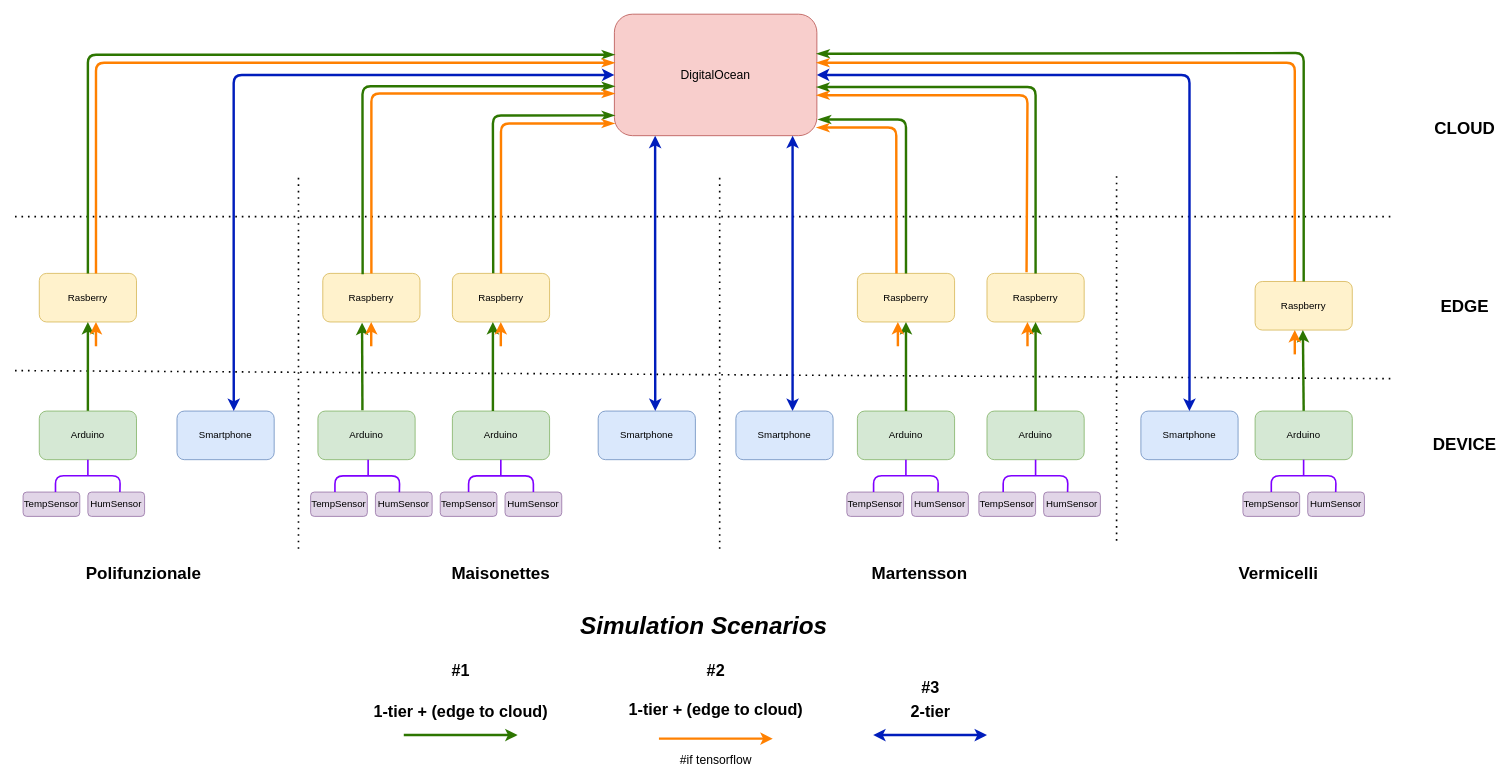
The draw.io diagram Sim_scenarios.drawio in CompEngIoT-UnicalStudentsOrg/SB-Simulation, before the edit. Source tidied: cells renumbered, new cells numbered last; positions are measured from the earlier drawing's top-left corner, leaving out a move shared by most shapes. Both pictures are drawn from the tidied source at 81%, with x=0, y=0 at pixel (15, 14).
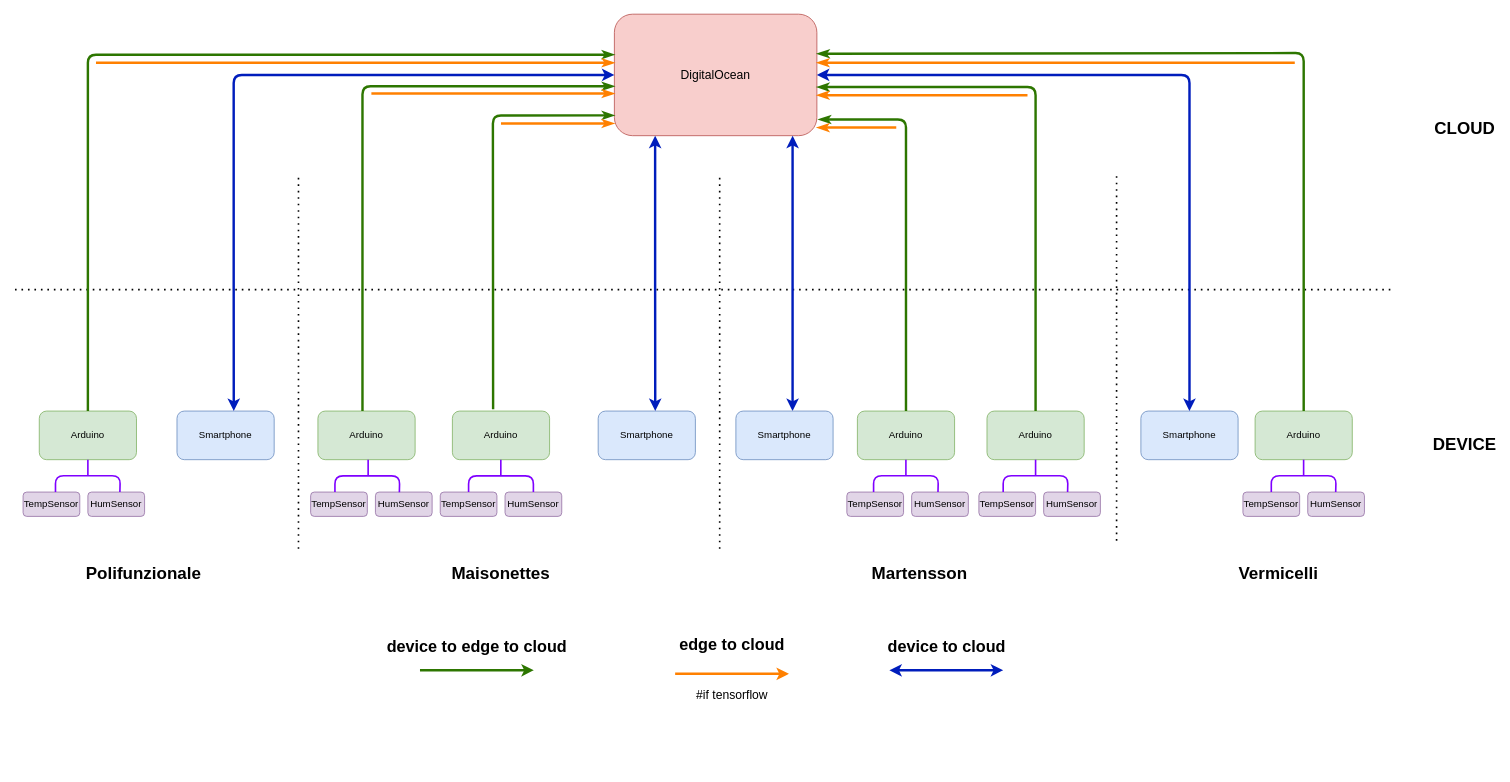
The same diagram, later.

Unchanged cells that the change refers to:
```xml
<mxCell id="2" value="&lt;font style=&quot;font-size: 15px&quot;&gt;DigitalOcean&lt;/font&gt;" style="rounded=1;whiteSpace=wrap;html=1;fillColor=#f8cecc;strokeColor=#b85450;" parent="1" vertex="1">
  <mxGeometry x="740" width="250" height="150" as="geometry" />
</mxCell>
<mxCell id="6" value="Arduino" style="rounded=1;whiteSpace=wrap;html=1;fillColor=#d5e8d4;strokeColor=#82b366;" parent="1" vertex="1">
  <mxGeometry x="374" y="490" width="120" height="60" as="geometry" />
</mxCell>
<mxCell id="7" value="Arduino" style="rounded=1;whiteSpace=wrap;html=1;fillColor=#d5e8d4;strokeColor=#82b366;" parent="1" vertex="1">
  <mxGeometry x="1040" y="490" width="120" height="60" as="geometry" />
</mxCell>
<mxCell id="16" value="Arduino" style="rounded=1;whiteSpace=wrap;html=1;fillColor=#d5e8d4;strokeColor=#82b366;" parent="1" vertex="1">
  <mxGeometry x="1531" y="490" width="120" height="60" as="geometry" />
</mxCell>
<mxCell id="26" value="Arduino" style="rounded=1;whiteSpace=wrap;html=1;fillColor=#d5e8d4;strokeColor=#82b366;" parent="1" vertex="1">
  <mxGeometry x="1200" y="490" width="120" height="60" as="geometry" />
</mxCell>
<mxCell id="28" value="Arduino" style="rounded=1;whiteSpace=wrap;html=1;fillColor=#d5e8d4;strokeColor=#82b366;" parent="1" vertex="1">
  <mxGeometry x="540" y="490" width="120" height="60" as="geometry" />
</mxCell>
<mxCell id="33" value="Arduino" style="rounded=1;whiteSpace=wrap;html=1;fillColor=#d5e8d4;strokeColor=#82b366;" parent="1" vertex="1">
  <mxGeometry x="30" y="490" width="120" height="60" as="geometry" />
</mxCell>
```

Change to the diagram source:
```diff
@@
-    <mxCell id="3" value="Raspberry" style="rounded=1;whiteSpace=wrap;html=1;fillColor=#fff2cc;strokeColor=#d6b656;" parent="1" vertex="1">
-      <mxGeometry x="380" y="320" width="120" height="60" as="geometry" />
-    </mxCell>
-    <mxCell id="4" value="Raspberry" style="rounded=1;whiteSpace=wrap;html=1;fillColor=#fff2cc;strokeColor=#d6b656;" parent="1" vertex="1">
-      <mxGeometry x="1531" y="330" width="120" height="60" as="geometry" />
-    </mxCell>
-    <mxCell id="5" value="Raspberry" style="rounded=1;whiteSpace=wrap;html=1;fillColor=#fff2cc;strokeColor=#d6b656;" parent="1" vertex="1">
-      <mxGeometry x="1040" y="320" width="120" height="60" as="geometry" />
-    </mxCell>
@@
-    <mxCell id="9" style="endArrow=classic;html=1;strokeColor=#2D7600;strokeWidth=3;fillColor=#60a917;entryX=0.404;entryY=1.014;entryDx=0;entryDy=0;entryPerimeter=0;exitX=0.458;exitY=-0.017;exitDx=0;exitDy=0;exitPerimeter=0;" parent="1" edge="1" source="6" target="3">
-      <mxGeometry relative="1" as="geometry" />
-    </mxCell>
-    <mxCell id="10" style="endArrow=classic;html=1;strokeColor=#2D7600;strokeWidth=3;exitX=0.5;exitY=0;exitDx=0;exitDy=0;fillColor=#60a917;" parent="1" edge="1" source="7" target="5">
-      <mxGeometry relative="1" as="geometry" />
-    </mxCell>
-    <mxCell id="11" style="endArrow=classic;html=1;exitX=0.5;exitY=0;exitDx=0;exitDy=0;strokeColor=#2D7600;strokeWidth=3;fillColor=#60a917;" parent="1" edge="1" source="16">
-      <mxGeometry relative="1" as="geometry">
-        <mxPoint x="1590" y="390" as="targetPoint" />
-      </mxGeometry>
-    </mxCell>
-    <mxCell id="12" style="endArrow=none;dashed=1;html=1;dashPattern=1 3;strokeWidth=2;" parent="1" edge="1">
-      <mxGeometry relative="1" as="geometry">
-        <mxPoint y="440" as="sourcePoint" />
-        <mxPoint x="1700" y="450" as="targetPoint" />
-      </mxGeometry>
-    </mxCell>
     <mxCell id="13" style="endArrow=none;dashed=1;html=1;dashPattern=1 3;strokeWidth=2;" parent="1" edge="1">
       <mxGeometry relative="1" as="geometry">
-        <mxPoint y="250" as="sourcePoint" />
-        <mxPoint x="1700" y="250" as="targetPoint" />
+        <mxPoint y="340" as="sourcePoint" />
+        <mxPoint x="1700" y="340" as="targetPoint" />
       </mxGeometry>
     </mxCell>
@@
-    <mxCell id="18" value="&lt;b&gt;&lt;font style=&quot;font-size: 21px&quot;&gt;EDGE&lt;/font&gt;&lt;/b&gt;" style="text;html=1;strokeColor=none;fillColor=none;align=center;verticalAlign=middle;whiteSpace=wrap;rounded=0;" parent="1" vertex="1">
-      <mxGeometry x="1770" y="350" width="40" height="20" as="geometry" />
-    </mxCell>
@@
-    <mxCell id="24" value="Raspberry" style="rounded=1;whiteSpace=wrap;html=1;fillColor=#fff2cc;strokeColor=#d6b656;" parent="1" vertex="1">
-      <mxGeometry x="540" y="320" width="120" height="60" as="geometry" />
-    </mxCell>
-    <mxCell id="25" value="Raspberry" style="rounded=1;whiteSpace=wrap;html=1;fillColor=#fff2cc;strokeColor=#d6b656;" parent="1" vertex="1">
-      <mxGeometry x="1200" y="320" width="120" height="60" as="geometry" />
-    </mxCell>
@@
-    <mxCell id="27" style="endArrow=classic;html=1;strokeColor=#2D7600;strokeWidth=3;entryX=0.5;entryY=1;entryDx=0;entryDy=0;exitX=0.5;exitY=0;exitDx=0;exitDy=0;fillColor=#60a917;" parent="1" edge="1" source="26" target="25">
-      <mxGeometry relative="1" as="geometry" />
-    </mxCell>
@@
-    <mxCell id="29" style="endArrow=classicThin;html=1;fillColor=#60a917;strokeWidth=3;strokeColor=#2D7600;entryX=0;entryY=0.833;entryDx=0;entryDy=0;entryPerimeter=0;endFill=1;exitX=0.42;exitY=-0.005;exitDx=0;exitDy=0;exitPerimeter=0;" parent="1" edge="1" source="24" target="2">
+    <mxCell id="29" style="endArrow=classicThin;html=1;fillColor=#60a917;strokeWidth=3;strokeColor=#2D7600;entryX=0;entryY=0.833;entryDx=0;entryDy=0;entryPerimeter=0;endFill=1;exitX=0.419;exitY=-0.037;exitDx=0;exitDy=0;exitPerimeter=0;" parent="1" edge="1" source="28" target="2">
       <mxGeometry relative="1" as="geometry">
         <Array as="points">
           <mxPoint x="590" y="125" />
         </Array>
       </mxGeometry>
     </mxCell>
-    <mxCell id="30" style="endArrow=classic;html=1;strokeColor=#2D7600;strokeWidth=3;exitX=0.417;exitY=0;exitDx=0;exitDy=0;fillColor=#60a917;exitPerimeter=0;" parent="1" edge="1" source="28">
-      <mxGeometry relative="1" as="geometry">
-        <mxPoint x="590" y="380" as="targetPoint" />
-      </mxGeometry>
-    </mxCell>
-    <mxCell id="31" value="Rasberry" style="rounded=1;whiteSpace=wrap;html=1;fillColor=#fff2cc;strokeColor=#d6b656;" parent="1" vertex="1">
-      <mxGeometry x="30" y="320" width="120" height="60" as="geometry" />
-    </mxCell>
-    <mxCell id="32" style="endArrow=classic;html=1;strokeColor=#2D7600;strokeWidth=3;entryX=0.5;entryY=1;entryDx=0;entryDy=0;exitX=0.5;exitY=0;exitDx=0;exitDy=0;fillColor=#60a917;" parent="1" edge="1" source="33" target="31">
-      <mxGeometry relative="1" as="geometry" />
-    </mxCell>
@@
-    <mxCell id="38" style="endArrow=classicThin;html=1;fillColor=#60a917;strokeWidth=3;strokeColor=#2D7600;entryX=0;entryY=0.593;entryDx=0;entryDy=0;endFill=1;entryPerimeter=0;exitX=0.41;exitY=0.017;exitDx=0;exitDy=0;exitPerimeter=0;" parent="1" edge="1" source="3" target="2">
+    <mxCell id="38" style="endArrow=classicThin;html=1;fillColor=#60a917;strokeWidth=3;strokeColor=#2D7600;entryX=0;entryY=0.593;entryDx=0;entryDy=0;endFill=1;entryPerimeter=0;" parent="1" edge="1" target="2">
       <mxGeometry relative="1" as="geometry">
+        <mxPoint x="429" y="490" as="sourcePoint" />
         <Array as="points">
           <mxPoint x="429" y="89" />
         </Array>
       </mxGeometry>
     </mxCell>
@@
-    <mxCell id="41" style="endArrow=classicThin;html=1;fillColor=#60a917;strokeWidth=3;strokeColor=#2D7600;endFill=1;exitX=0.5;exitY=0;exitDx=0;exitDy=0;" parent="1" edge="1" source="31">
+    <mxCell id="41" style="endArrow=classicThin;html=1;fillColor=#60a917;strokeWidth=3;strokeColor=#2D7600;endFill=1;exitX=0.5;exitY=0;exitDx=0;exitDy=0;" parent="1" edge="1" source="33">
       <mxGeometry relative="1" as="geometry">
         <mxPoint x="740" y="50" as="targetPoint" />
         <Array as="points">
           <mxPoint x="90" y="50" />
         </Array>
       </mxGeometry>
     </mxCell>
-    <mxCell id="42" style="endArrow=classicThin;html=1;fillColor=#60a917;strokeWidth=3;strokeColor=#2D7600;endFill=1;exitX=0.5;exitY=0;exitDx=0;exitDy=0;" parent="1" edge="1" source="5">
+    <mxCell id="42" style="endArrow=classicThin;html=1;fillColor=#60a917;strokeWidth=3;strokeColor=#2D7600;endFill=1;exitX=0.5;exitY=0;exitDx=0;exitDy=0;" parent="1" edge="1" source="7">
       <mxGeometry relative="1" as="geometry">
         <mxPoint x="992" y="130" as="targetPoint" />
         <Array as="points">
           <mxPoint x="1100" y="130" />
         </Array>
       </mxGeometry>
     </mxCell>
-    <mxCell id="43" style="endArrow=classicThin;html=1;fillColor=#60a917;strokeWidth=3;strokeColor=#2D7600;endFill=1;" parent="1" edge="1">
+    <mxCell id="43" style="endArrow=classicThin;html=1;fillColor=#60a917;strokeWidth=3;strokeColor=#2D7600;endFill=1;exitX=0.5;exitY=0;exitDx=0;exitDy=0;" parent="1" edge="1" source="26">
       <mxGeometry relative="1" as="geometry">
-        <mxPoint x="1260" y="320" as="sourcePoint" />
         <mxPoint x="990" y="90" as="targetPoint" />
         <Array as="points">
           <mxPoint x="1260" y="90" />
         </Array>
       </mxGeometry>
     </mxCell>
@@
-    <mxCell id="46" style="endArrow=classicThin;html=1;fillColor=#60a917;strokeWidth=3;strokeColor=#2D7600;endFill=1;exitX=0.5;exitY=0;exitDx=0;exitDy=0;entryX=1.001;entryY=0.326;entryDx=0;entryDy=0;entryPerimeter=0;" parent="1" edge="1" target="2">
+    <mxCell id="46" style="endArrow=classicThin;html=1;fillColor=#60a917;strokeWidth=3;strokeColor=#2D7600;endFill=1;exitX=0.5;exitY=0;exitDx=0;exitDy=0;entryX=1.001;entryY=0.326;entryDx=0;entryDy=0;entryPerimeter=0;" parent="1" edge="1" source="16" target="2">
       <mxGeometry relative="1" as="geometry">
-        <mxPoint x="1591" y="330" as="sourcePoint" />
         <Array as="points">
           <mxPoint x="1591" y="48" />
         </Array>
       </mxGeometry>
     </mxCell>
     <mxCell id="47" style="endArrow=classicThin;html=1;fillColor=#ffcd28;strokeWidth=3;endFill=1;gradientColor=#ffa500;strokeColor=#FF8000;" parent="1" edge="1">
       <mxGeometry relative="1" as="geometry">
-        <mxPoint x="100" y="320" as="sourcePoint" />
+        <mxPoint x="100" y="60" as="sourcePoint" />
         <mxPoint x="740" y="60" as="targetPoint" />
         <Array as="points">
           <mxPoint x="100" y="60" />
         </Array>
       </mxGeometry>
     </mxCell>
-    <mxCell id="48" style="endArrow=classicThin;html=1;fillColor=#60a917;strokeWidth=3;entryX=0;entryY=0.593;entryDx=0;entryDy=0;endFill=1;entryPerimeter=0;exitX=0.5;exitY=0;exitDx=0;exitDy=0;strokeColor=#FF8000;" parent="1" edge="1" source="3">
+    <mxCell id="48" style="endArrow=classicThin;html=1;fillColor=#60a917;strokeWidth=3;entryX=0;entryY=0.593;entryDx=0;entryDy=0;endFill=1;entryPerimeter=0;strokeColor=#FF8000;" parent="1" edge="1">
       <mxGeometry relative="1" as="geometry">
+        <mxPoint x="440" y="98" as="sourcePoint" />
         <mxPoint x="740" y="97.9" as="targetPoint" />
         <Array as="points">
           <mxPoint x="440" y="98" />
         </Array>
       </mxGeometry>
     </mxCell>
     <mxCell id="49" style="endArrow=classicThin;html=1;fillColor=#60a917;strokeWidth=3;entryX=0;entryY=0.833;entryDx=0;entryDy=0;entryPerimeter=0;endFill=1;strokeColor=#FF8000;" parent="1" edge="1">
       <mxGeometry relative="1" as="geometry">
-        <mxPoint x="600" y="320" as="sourcePoint" />
+        <mxPoint x="600" y="135" as="sourcePoint" />
         <mxPoint x="740" y="134.9" as="targetPoint" />
         <Array as="points">
           <mxPoint x="600" y="135" />
         </Array>
       </mxGeometry>
     </mxCell>
-    <mxCell id="50" style="endArrow=classic;html=1;strokeWidth=3;entryX=0.5;entryY=1;entryDx=0;entryDy=0;fillColor=#60a917;strokeColor=#FF8000;" parent="1" edge="1">
-      <mxGeometry relative="1" as="geometry">
-        <mxPoint x="100" y="410" as="sourcePoint" />
-        <mxPoint x="100" y="380" as="targetPoint" />
-      </mxGeometry>
-    </mxCell>
-    <mxCell id="51" style="endArrow=classic;html=1;strokeWidth=3;entryX=0.5;entryY=1;entryDx=0;entryDy=0;fillColor=#60a917;strokeColor=#FF8000;" parent="1" edge="1">
-      <mxGeometry relative="1" as="geometry">
-        <mxPoint x="439.8" y="410" as="sourcePoint" />
-        <mxPoint x="439.8" y="380" as="targetPoint" />
-      </mxGeometry>
-    </mxCell>
-    <mxCell id="52" style="endArrow=classic;html=1;strokeWidth=3;entryX=0.5;entryY=1;entryDx=0;entryDy=0;fillColor=#60a917;strokeColor=#FF8000;" parent="1" edge="1">
-      <mxGeometry relative="1" as="geometry">
-        <mxPoint x="599.8" y="410" as="sourcePoint" />
-        <mxPoint x="599.8" y="380" as="targetPoint" />
-      </mxGeometry>
-    </mxCell>
-    <mxCell id="53" style="endArrow=classic;html=1;strokeWidth=3;entryX=0.5;entryY=1;entryDx=0;entryDy=0;fillColor=#60a917;strokeColor=#FF8000;" parent="1" edge="1">
-      <mxGeometry relative="1" as="geometry">
-        <mxPoint x="1090" y="410" as="sourcePoint" />
-        <mxPoint x="1090" y="380" as="targetPoint" />
-      </mxGeometry>
-    </mxCell>
-    <mxCell id="54" style="endArrow=classic;html=1;strokeWidth=3;entryX=0.5;entryY=1;entryDx=0;entryDy=0;fillColor=#60a917;strokeColor=#FF8000;" parent="1" edge="1">
-      <mxGeometry relative="1" as="geometry">
-        <mxPoint x="1250" y="410" as="sourcePoint" />
-        <mxPoint x="1250" y="380" as="targetPoint" />
-      </mxGeometry>
-    </mxCell>
-    <mxCell id="55" style="endArrow=classic;html=1;strokeWidth=3;entryX=0.5;entryY=1;entryDx=0;entryDy=0;fillColor=#60a917;strokeColor=#FF8000;" parent="1" edge="1">
-      <mxGeometry relative="1" as="geometry">
-        <mxPoint x="1580" y="420" as="sourcePoint" />
-        <mxPoint x="1580" y="390" as="targetPoint" />
-      </mxGeometry>
-    </mxCell>
-    <mxCell id="56" style="endArrow=classicThin;html=1;fillColor=#60a917;strokeWidth=3;endFill=1;exitX=0.402;exitY=0.003;exitDx=0;exitDy=0;exitPerimeter=0;strokeColor=#FF8000;" parent="1" edge="1" source="5">
+    <mxCell id="56" style="endArrow=classicThin;html=1;fillColor=#60a917;strokeWidth=3;endFill=1;strokeColor=#FF8000;" parent="1" edge="1">
       <mxGeometry relative="1" as="geometry">
+        <mxPoint x="1088" y="140" as="sourcePoint" />
         <mxPoint x="990" y="140" as="targetPoint" />
         <Array as="points">
           <mxPoint x="1088" y="140" />
         </Array>
       </mxGeometry>
     </mxCell>
-    <mxCell id="57" style="endArrow=classicThin;html=1;fillColor=#60a917;strokeWidth=3;endFill=1;exitX=0.407;exitY=-0.021;exitDx=0;exitDy=0;exitPerimeter=0;strokeColor=#FF8000;" parent="1" edge="1" source="25">
+    <mxCell id="57" style="endArrow=classicThin;html=1;fillColor=#60a917;strokeWidth=3;endFill=1;strokeColor=#FF8000;" parent="1" edge="1">
       <mxGeometry relative="1" as="geometry">
+        <mxPoint x="1250" y="100" as="sourcePoint" />
         <mxPoint x="990" y="100" as="targetPoint" />
         <Array as="points">
-          <mxPoint x="1250" y="100" />
+          <mxPoint x="1100" y="100" />
         </Array>
       </mxGeometry>
     </mxCell>
     <mxCell id="58" style="endArrow=classicThin;html=1;fillColor=#60a917;strokeWidth=3;endFill=1;strokeColor=#FF8000;" parent="1" edge="1">
       <mxGeometry relative="1" as="geometry">
-        <mxPoint x="1580" y="330" as="sourcePoint" />
+        <mxPoint x="1580" y="60" as="sourcePoint" />
         <mxPoint x="990" y="60" as="targetPoint" />
         <Array as="points">
           <mxPoint x="1580" y="60" />
         </Array>
       </mxGeometry>
     </mxCell>
@@
-    <mxCell id="83" value="&lt;b&gt;&lt;i&gt;&lt;font style=&quot;font-size: 30px&quot;&gt;Simulation Scenarios&lt;/font&gt;&lt;/i&gt;&lt;/b&gt;" style="text;html=1;align=center;verticalAlign=middle;strokeColor=none;" parent="1" vertex="1">
-      <mxGeometry x="690" y="740" width="320" height="30" as="geometry" />
-    </mxCell>
-    <mxCell id="84" value="&lt;b&gt;&lt;font style=&quot;font-size: 20px&quot;&gt;1-tier + (edge to cloud)&lt;/font&gt;&lt;/b&gt;" style="text;html=1;align=center;verticalAlign=middle;strokeColor=none;" parent="1" vertex="1">
-      <mxGeometry x="435" y="850" width="230" height="20" as="geometry" />
+    <mxCell id="84" value="&lt;b&gt;&lt;font style=&quot;font-size: 20px&quot;&gt;device to edge to cloud&lt;/font&gt;&lt;/b&gt;" style="text;html=1;align=center;verticalAlign=middle;strokeColor=none;" parent="1" vertex="1">
+      <mxGeometry x="450" y="770" width="240" height="20" as="geometry" />
     </mxCell>
     <mxCell id="85" style="endArrow=classic;html=1;strokeColor=#2D7600;strokeWidth=3;exitX=0.5;exitY=0;exitDx=0;exitDy=0;fillColor=#60a917;startArrow=none;startFill=0;" parent="1" edge="1">
       <mxGeometry relative="1" as="geometry">
-        <mxPoint x="480" y="890" as="sourcePoint" />
-        <mxPoint x="620.5" y="890" as="targetPoint" />
+        <mxPoint x="500" y="810" as="sourcePoint" />
+        <mxPoint x="640.5" y="810" as="targetPoint" />
       </mxGeometry>
     </mxCell>
-    <mxCell id="86" value="&lt;b&gt;&lt;font style=&quot;font-size: 20px&quot;&gt;#1&lt;/font&gt;&lt;/b&gt;" style="text;html=1;align=center;verticalAlign=middle;strokeColor=none;" parent="1" vertex="1">
-      <mxGeometry x="530" y="800" width="40" height="20" as="geometry" />
-    </mxCell>
-    <mxCell id="87" value="&lt;b style=&quot;font-size: 20px&quot;&gt;1-tier + (edge to cloud)&lt;br&gt;&lt;br&gt;&lt;/b&gt;" style="text;html=1;align=center;verticalAlign=middle;strokeColor=none;" parent="1" vertex="1">
-      <mxGeometry x="750" y="850" width="230" height="40" as="geometry" />
+    <mxCell id="87" value="&lt;b style=&quot;font-size: 20px&quot;&gt;edge to cloud&lt;br&gt;&lt;br&gt;&lt;/b&gt;" style="text;html=1;align=center;verticalAlign=middle;strokeColor=none;" parent="1" vertex="1">
+      <mxGeometry x="810" y="770" width="150" height="40" as="geometry" />
     </mxCell>
     <mxCell id="88" style="endArrow=classic;html=1;strokeWidth=3;exitX=0.5;exitY=0;exitDx=0;exitDy=0;fillColor=#60a917;strokeColor=#FF8000;" parent="1" edge="1">
       <mxGeometry relative="1" as="geometry">
-        <mxPoint x="795" y="894.4" as="sourcePoint" />
-        <mxPoint x="935.5" y="894.4" as="targetPoint" />
+        <mxPoint x="815" y="814.4" as="sourcePoint" />
+        <mxPoint x="955.5" y="814.4" as="targetPoint" />
       </mxGeometry>
     </mxCell>
-    <mxCell id="89" value="&lt;b&gt;&lt;font style=&quot;font-size: 20px&quot;&gt;#2&lt;/font&gt;&lt;/b&gt;" style="text;html=1;align=center;verticalAlign=middle;strokeColor=none;" parent="1" vertex="1">
-      <mxGeometry x="845" y="800" width="40" height="20" as="geometry" />
-    </mxCell>
-    <mxCell id="90" value="&lt;b&gt;&lt;font style=&quot;font-size: 20px&quot;&gt;2-tier&lt;/font&gt;&lt;/b&gt;" style="text;html=1;align=center;verticalAlign=middle;strokeColor=none;" parent="1" vertex="1">
-      <mxGeometry x="1099.5" y="850" width="60" height="20" as="geometry" />
+    <mxCell id="90" value="&lt;b&gt;&lt;font style=&quot;font-size: 20px&quot;&gt;device to cloud&lt;/font&gt;&lt;/b&gt;" style="text;html=1;align=center;verticalAlign=middle;strokeColor=none;" parent="1" vertex="1">
+      <mxGeometry x="1069.5" y="770" width="160" height="20" as="geometry" />
     </mxCell>
     <mxCell id="91" style="endArrow=classic;html=1;strokeColor=#001DBC;strokeWidth=3;exitX=0.5;exitY=0;exitDx=0;exitDy=0;fillColor=#0050ef;startArrow=classic;startFill=1;" parent="1" edge="1">
       <mxGeometry relative="1" as="geometry">
-        <mxPoint x="1059.5" y="890" as="sourcePoint" />
-        <mxPoint x="1200" y="890" as="targetPoint" />
+        <mxPoint x="1079.5" y="810" as="sourcePoint" />
+        <mxPoint x="1220" y="810" as="targetPoint" />
       </mxGeometry>
     </mxCell>
-    <mxCell id="92" value="&lt;b&gt;&lt;font style=&quot;font-size: 20px&quot;&gt;#3&lt;/font&gt;&lt;/b&gt;" style="text;html=1;align=center;verticalAlign=middle;strokeColor=none;" parent="1" vertex="1">
-      <mxGeometry x="1109.5" y="820" width="40" height="20" as="geometry" />
-    </mxCell>
     <mxCell id="93" value="&lt;font style=&quot;font-size: 15px&quot;&gt;#if tensorflow&lt;/font&gt;" style="text;html=1;align=center;verticalAlign=middle;strokeColor=none;" parent="1" vertex="1">
-      <mxGeometry x="815" y="910" width="100" height="20" as="geometry" />
+      <mxGeometry x="835" y="830" width="100" height="20" as="geometry" />
     </mxCell>
```
